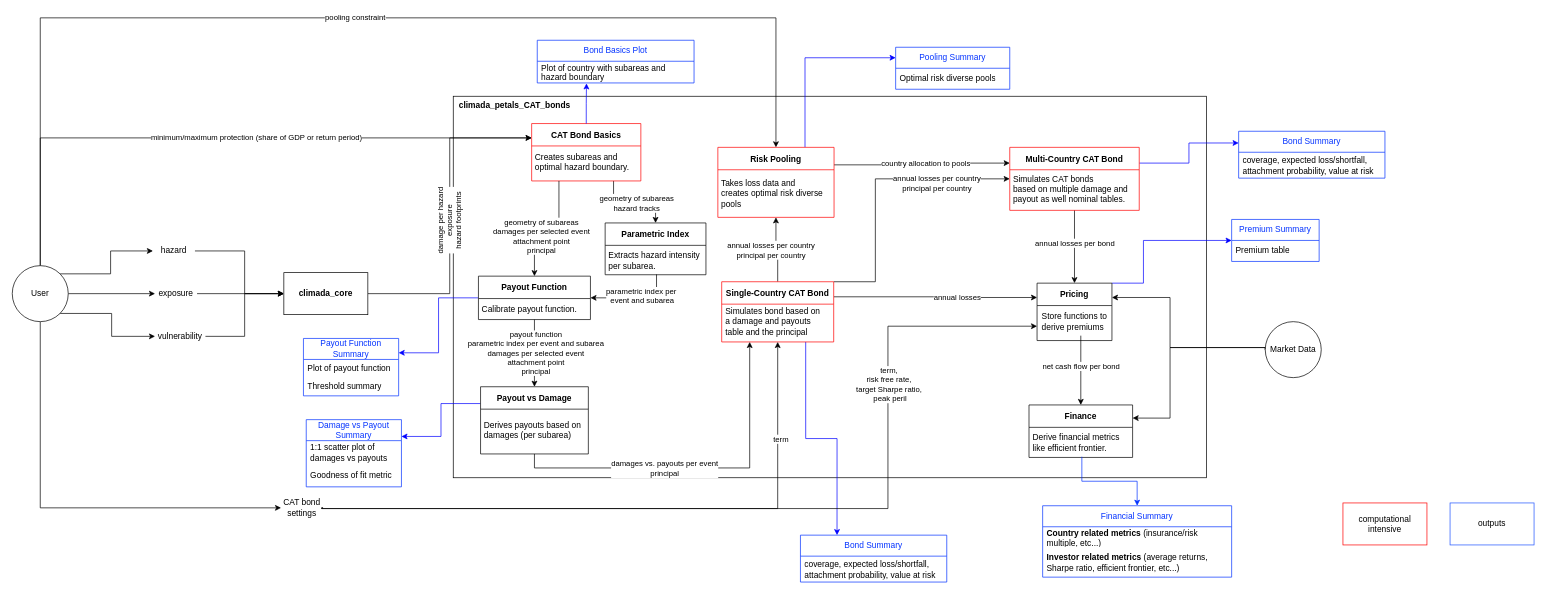
The draw.io diagram data_flow_climada_petals.drawio in KaiOBerg/master_thesis_cat_bonds, before the edit. Source tidied: cells renumbered, new cells numbered last; positions are measured from the earlier drawing's top-left corner, leaving out a move shared by most shapes. Both pictures are drawn from the tidied source at 70%, with x=0, y=0 at pixel (12, 18).
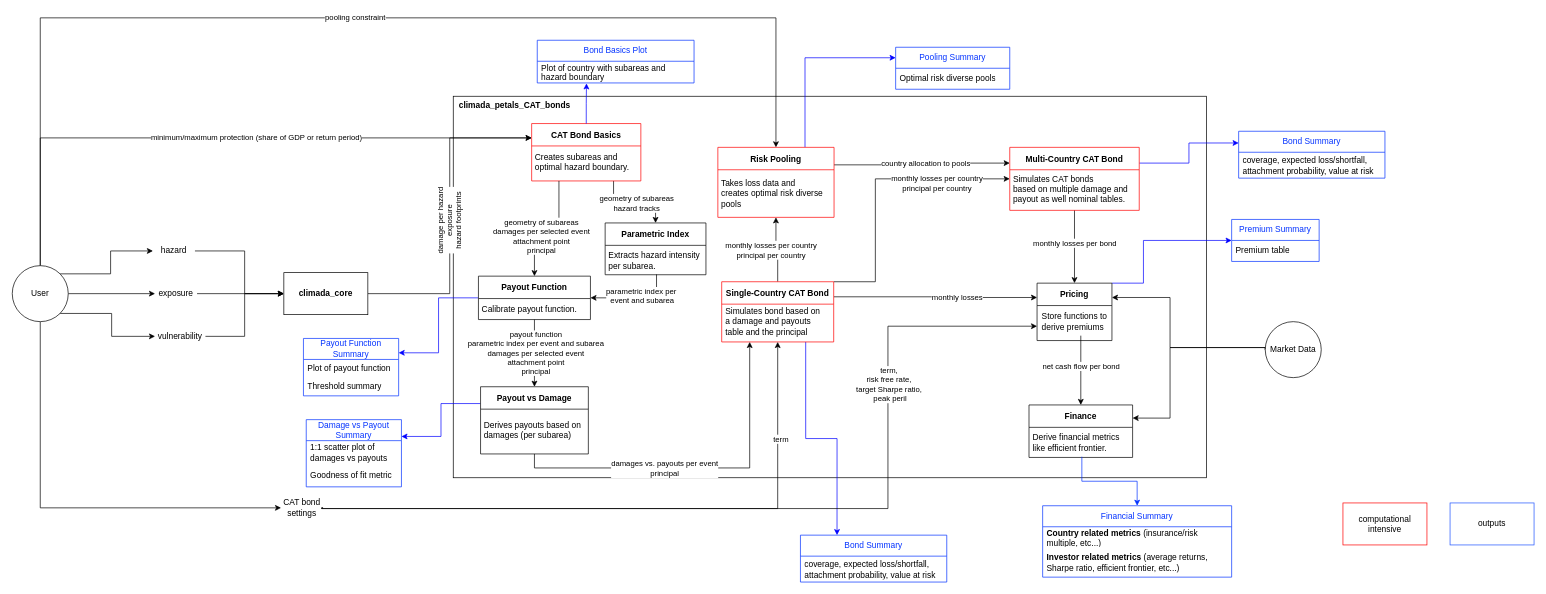
After the change.

The change refers to these unchanged cells:
```xml
<mxCell id="17" style="edgeStyle=orthogonalEdgeStyle;rounded=0;jettySize=auto;html=1;entryX=0.5;entryY=1;entryDx=0;entryDy=0;startArrow=none;startFill=0;exitX=0.5;exitY=0;exitDx=0;exitDy=0;" parent="1" edge="1" source="24" target="47">
  <mxGeometry relative="1" as="geometry" />
</mxCell>
<mxCell id="19" style="edgeStyle=orthogonalEdgeStyle;rounded=0;jettySize=auto;html=1;entryX=0;entryY=0.25;entryDx=0;entryDy=0;exitX=1;exitY=0.25;exitDx=0;exitDy=0;" parent="1" edge="1" source="24" target="32">
  <mxGeometry relative="1" as="geometry" />
</mxCell>
<mxCell id="21" style="edgeStyle=orthogonalEdgeStyle;rounded=0;jettySize=auto;html=1;exitX=1;exitY=0;exitDx=0;exitDy=0;entryX=0;entryY=0.5;entryDx=0;entryDy=0;" parent="1" edge="1" source="24" target="60">
  <mxGeometry relative="1" as="geometry">
    <Array as="points">
      <mxPoint x="1233" y="377" />
      <mxPoint x="1233" y="230" />
    </Array>
  </mxGeometry>
</mxCell>
<mxCell id="29" style="edgeStyle=orthogonalEdgeStyle;rounded=0;jettySize=auto;html=1;exitX=0.5;exitY=1;exitDx=0;exitDy=0;entryX=0.5;entryY=0;entryDx=0;entryDy=0;" parent="1" edge="1" source="60" target="32">
  <mxGeometry relative="1" as="geometry" />
</mxCell>
```

What changed in the source:
```diff
@@
-    <mxCell id="18" value="annual losses per country&lt;div&gt;principal per country&lt;/div&gt;" style="edgeLabel;html=1;align=center;verticalAlign=middle;" parent="17" vertex="1">
+    <mxCell id="18" value="monthly losses per country&lt;div&gt;principal per country&lt;/div&gt;" style="edgeLabel;html=1;align=center;verticalAlign=middle;" parent="17" vertex="1">
       <mxGeometry x="0.09" y="1" relative="1" as="geometry">
         <mxPoint x="-7" y="4" as="offset" />
       </mxGeometry>
     </mxCell>
@@
-    <mxCell id="20" value="annual losses" style="edgeLabel;html=1;align=center;verticalAlign=middle;" parent="19" vertex="1">
+    <mxCell id="20" value="monthly losses" style="edgeLabel;html=1;align=center;verticalAlign=middle;" parent="19" vertex="1">
       <mxGeometry x="0.35" y="1" relative="1" as="geometry">
         <mxPoint x="-20" y="1" as="offset" />
       </mxGeometry>
     </mxCell>
@@
-    <mxCell id="22" value="annual losses per country&lt;div&gt;principal per country&lt;/div&gt;" style="edgeLabel;html=1;align=center;verticalAlign=middle;" parent="21" vertex="1">
+    <mxCell id="22" value="monthly losses per country&lt;div&gt;principal per country&lt;/div&gt;" style="edgeLabel;html=1;align=center;verticalAlign=middle;" parent="21" vertex="1">
       <mxGeometry x="-0.22" y="-1" relative="1" as="geometry">
         <mxPoint x="86" y="-45" as="offset" />
       </mxGeometry>
     </mxCell>
@@
-    <mxCell id="30" value="annual losses per bond" style="edgeLabel;html=1;align=center;verticalAlign=middle;" parent="29" vertex="1">
+    <mxCell id="30" value="monthly losses per bond" style="edgeLabel;html=1;align=center;verticalAlign=middle;" parent="29" vertex="1">
       <mxGeometry x="-0.36" relative="1" as="geometry">
         <mxPoint y="13" as="offset" />
       </mxGeometry>
     </mxCell>
```
